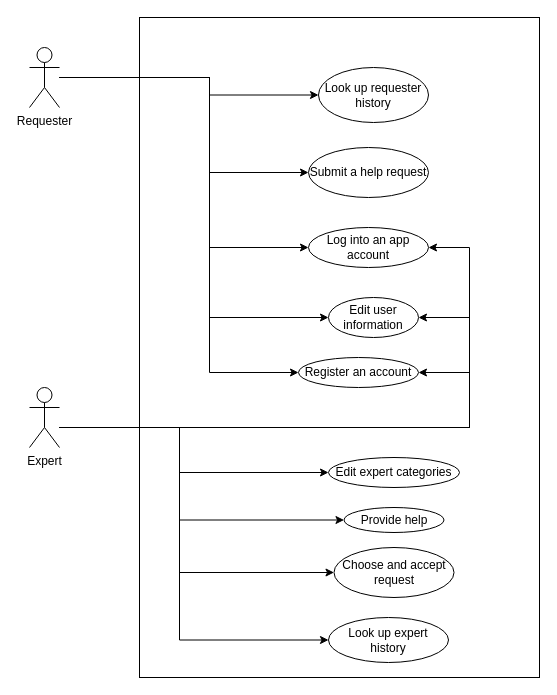
This is artefacts/UseCaseDiagram.drawio from Luc641/Amicus, a draw.io file, before an edit. Source tidied: cells renumbered, new cells numbered last; positions are measured from the earlier drawing's top-left corner, leaving out a move shared by most shapes. Both pictures are drawn from the tidied source at 100%, with x=0, y=0 at pixel (29, 17).
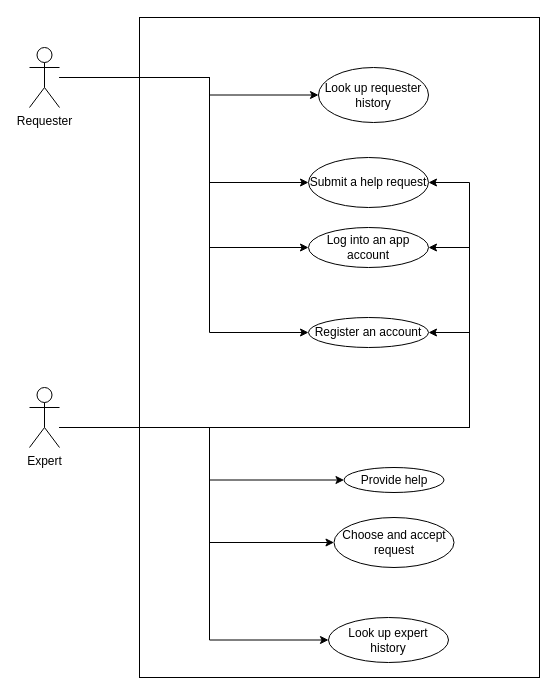
After the change.

Unchanged cells that the change refers to:
```xml
<mxCell id="8" value="Requester" style="shape=umlActor;verticalLabelPosition=bottom;verticalAlign=top;html=1;outlineConnect=0;" parent="1" vertex="1">
  <mxGeometry y="30" width="30" height="60" as="geometry" />
</mxCell>
<mxCell id="16" value="Expert" style="shape=umlActor;verticalLabelPosition=bottom;verticalAlign=top;html=1;outlineConnect=0;" parent="1" vertex="1">
  <mxGeometry y="370" width="30" height="60" as="geometry" />
</mxCell>
<mxCell id="24" value="Look up expert history" style="ellipse;whiteSpace=wrap;html=1;" parent="1" vertex="1">
  <mxGeometry x="299" y="600" width="120" height="45" as="geometry" />
</mxCell>
```

Change to the diagram source:
```diff
@@
-    <mxCell id="5" style="edgeStyle=orthogonalEdgeStyle;rounded=0;jettySize=auto;html=1;entryX=0;entryY=0.5;entryDx=0;entryDy=0;" parent="1" edge="1" source="8" target="17">
+    <mxCell id="5" style="edgeStyle=orthogonalEdgeStyle;rounded=0;jettySize=auto;html=1;entryX=0;entryY=0.5;entryDx=0;entryDy=0;" parent="1" edge="1" source="8" target="20">
       <mxGeometry relative="1" as="geometry">
         <Array as="points">
           <mxPoint x="180" y="60" />
-          <mxPoint x="180" y="300" />
+          <mxPoint x="180" y="165" />
         </Array>
       </mxGeometry>
     </mxCell>
-    <mxCell id="6" style="edgeStyle=orthogonalEdgeStyle;rounded=0;jettySize=auto;html=1;entryX=0;entryY=0.5;entryDx=0;entryDy=0;" parent="1" edge="1" source="8" target="20">
-      <mxGeometry relative="1" as="geometry">
-        <Array as="points">
-          <mxPoint x="180" y="60" />
-          <mxPoint x="180" y="155" />
-        </Array>
-      </mxGeometry>
-    </mxCell>
     <mxCell id="7" style="edgeStyle=orthogonalEdgeStyle;rounded=0;jettySize=auto;html=1;entryX=0;entryY=0.5;entryDx=0;entryDy=0;" parent="1" edge="1" source="8" target="25">
       <mxGeometry relative="1" as="geometry">
         <Array as="points">
           <mxPoint x="180" y="60" />
-          <mxPoint x="180" y="355" />
+          <mxPoint x="180" y="315" />
         </Array>
       </mxGeometry>
     </mxCell>
@@
-    <mxCell id="9" style="edgeStyle=orthogonalEdgeStyle;rounded=0;jettySize=auto;html=1;entryX=0;entryY=0.5;entryDx=0;entryDy=0;" parent="1" edge="1" source="16" target="21">
-      <mxGeometry relative="1" as="geometry">
-        <Array as="points">
-          <mxPoint x="150" y="410" />
-          <mxPoint x="150" y="555" />
-        </Array>
-      </mxGeometry>
-    </mxCell>
     <mxCell id="10" style="edgeStyle=orthogonalEdgeStyle;rounded=0;jettySize=auto;html=1;entryX=0;entryY=0.5;entryDx=0;entryDy=0;" parent="1" edge="1" source="16" target="22">
       <mxGeometry relative="1" as="geometry">
         <Array as="points">
-          <mxPoint x="150" y="410" />
-          <mxPoint x="150" y="503" />
+          <mxPoint x="180" y="410" />
+          <mxPoint x="180" y="463" />
         </Array>
       </mxGeometry>
     </mxCell>
-    <mxCell id="11" style="edgeStyle=orthogonalEdgeStyle;rounded=0;jettySize=auto;html=1;entryX=1;entryY=0.5;entryDx=0;entryDy=0;" parent="1" edge="1" source="16" target="17">
+    <mxCell id="11" style="edgeStyle=orthogonalEdgeStyle;rounded=0;jettySize=auto;html=1;entryX=1;entryY=0.5;entryDx=0;entryDy=0;" parent="1" edge="1" source="16" target="20">
       <mxGeometry relative="1" as="geometry">
         <Array as="points">
           <mxPoint x="440" y="410" />
-          <mxPoint x="440" y="300" />
+          <mxPoint x="440" y="165" />
         </Array>
       </mxGeometry>
     </mxCell>
@@
     <mxCell id="13" style="edgeStyle=orthogonalEdgeStyle;rounded=0;jettySize=auto;html=1;entryX=0;entryY=0.5;entryDx=0;entryDy=0;" parent="1" edge="1" source="16" target="24">
       <mxGeometry relative="1" as="geometry">
         <Array as="points">
-          <mxPoint x="150" y="410" />
-          <mxPoint x="150" y="623" />
+          <mxPoint x="180" y="410" />
+          <mxPoint x="180" y="623" />
         </Array>
       </mxGeometry>
     </mxCell>
     <mxCell id="14" style="edgeStyle=orthogonalEdgeStyle;rounded=0;jettySize=auto;html=1;entryX=1;entryY=0.5;entryDx=0;entryDy=0;" parent="1" edge="1" source="16" target="25">
       <mxGeometry relative="1" as="geometry">
         <Array as="points">
           <mxPoint x="440" y="410" />
-          <mxPoint x="440" y="355" />
+          <mxPoint x="440" y="315" />
         </Array>
       </mxGeometry>
     </mxCell>
-    <mxCell id="15" style="edgeStyle=orthogonalEdgeStyle;rounded=0;jettySize=auto;html=1;entryX=0;entryY=0.5;entryDx=0;entryDy=0;" parent="1" edge="1" source="16" target="19">
-      <mxGeometry relative="1" as="geometry">
-        <Array as="points">
-          <mxPoint x="150" y="410" />
-          <mxPoint x="150" y="455" />
-        </Array>
-      </mxGeometry>
-    </mxCell>
+    <mxCell id="9" style="edgeStyle=orthogonalEdgeStyle;rounded=0;jettySize=auto;html=1;entryX=0;entryY=0.5;entryDx=0;entryDy=0;" parent="1" edge="1" source="16" target="21">
+      <mxGeometry relative="1" as="geometry">
+        <Array as="points">
+          <mxPoint x="180" y="410" />
+          <mxPoint x="180" y="525" />
+        </Array>
+      </mxGeometry>
+    </mxCell>
@@
-    <mxCell id="17" value="Edit user information" style="ellipse;whiteSpace=wrap;html=1;" parent="1" vertex="1">
-      <mxGeometry x="299" y="280" width="90" height="40" as="geometry" />
-    </mxCell>
@@
-    <mxCell id="19" value="Edit expert categories" style="ellipse;whiteSpace=wrap;html=1;" parent="1" vertex="1">
-      <mxGeometry x="299" y="440" width="131" height="30" as="geometry" />
-    </mxCell>
     <mxCell id="20" value="Submit a help request" style="ellipse;whiteSpace=wrap;html=1;" parent="1" vertex="1">
-      <mxGeometry x="279" y="130" width="120" height="50" as="geometry" />
+      <mxGeometry x="279" y="140" width="120" height="50" as="geometry" />
     </mxCell>
     <mxCell id="21" value="Choose and accept request" style="ellipse;whiteSpace=wrap;html=1;" parent="1" vertex="1">
-      <mxGeometry x="304.5" y="530" width="120" height="50" as="geometry" />
+      <mxGeometry x="304.5" y="500" width="120" height="50" as="geometry" />
     </mxCell>
     <mxCell id="22" value="Provide help" style="ellipse;whiteSpace=wrap;html=1;" parent="1" vertex="1">
-      <mxGeometry x="314.5" y="490" width="100" height="25" as="geometry" />
+      <mxGeometry x="314.5" y="450" width="100" height="25" as="geometry" />
     </mxCell>
@@
     <mxCell id="25" value="Register an account" style="ellipse;whiteSpace=wrap;html=1;verticalAlign=middle;" parent="1" vertex="1">
-      <mxGeometry x="269" y="340" width="120" height="30" as="geometry" />
+      <mxGeometry x="279" y="300" width="120" height="30" as="geometry" />
     </mxCell>
```
